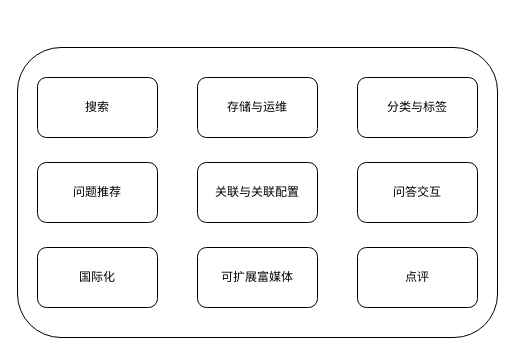
Before: 宇视云之FAQ系统模块划分.drawio in HuaHero/OnLineFaq, a draw.io diagram. Source tidied: cells renumbered, new cells numbered last; positions are measured from the earlier drawing's top-left corner, leaving out a move shared by most shapes. Both pictures are drawn from the tidied source at 100%, with x=0, y=0 at pixel (17, 47).
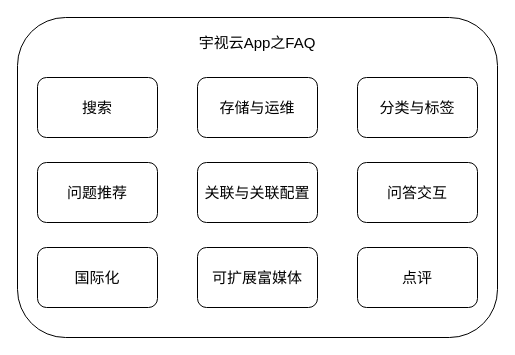
The same diagram, later.

Commit message:
更新宇视云之FAQ系统模块划分.drawio

Change to the diagram source:
```diff
@@
 <mxGraphModel>
   <root>
     <mxCell id="0" />
     <mxCell id="1" parent="0" />
-    <mxCell id="2" style="rounded=1;whiteSpace=wrap;html=1;" parent="1" vertex="1">
-      <mxGeometry width="480" height="290" as="geometry" />
+    <mxCell id="2" style="rounded=1;whiteSpace=wrap;html=1;fontSize=15;" parent="1" vertex="1">
+      <mxGeometry y="-30" width="480" height="320" as="geometry" />
     </mxCell>
-    <mxCell id="3" value="搜索" style="rounded=1;whiteSpace=wrap;html=1;" parent="1" vertex="1">
+    <mxCell id="3" value="搜索" style="rounded=1;whiteSpace=wrap;html=1;fontSize=15;" parent="1" vertex="1">
       <mxGeometry x="20" y="30" width="120" height="60" as="geometry" />
     </mxCell>
-    <mxCell id="4" value="存储与运维" style="rounded=1;whiteSpace=wrap;html=1;" parent="1" vertex="1">
+    <mxCell id="4" value="存储与运维" style="rounded=1;whiteSpace=wrap;html=1;fontSize=15;" parent="1" vertex="1">
       <mxGeometry x="180" y="30" width="120" height="60" as="geometry" />
     </mxCell>
-    <mxCell id="5" value="分类与标签" style="rounded=1;whiteSpace=wrap;html=1;" parent="1" vertex="1">
+    <mxCell id="5" value="分类与标签" style="rounded=1;whiteSpace=wrap;html=1;fontSize=15;" parent="1" vertex="1">
       <mxGeometry x="340" y="30" width="120" height="60" as="geometry" />
     </mxCell>
-    <mxCell id="6" value="问题推荐" style="rounded=1;whiteSpace=wrap;html=1;" parent="1" vertex="1">
+    <mxCell id="6" value="问题推荐" style="rounded=1;whiteSpace=wrap;html=1;fontSize=15;" parent="1" vertex="1">
       <mxGeometry x="20" y="115" width="120" height="60" as="geometry" />
     </mxCell>
-    <mxCell id="7" value="关联与关联配置" style="rounded=1;whiteSpace=wrap;html=1;" parent="1" vertex="1">
+    <mxCell id="7" value="关联与关联配置" style="rounded=1;whiteSpace=wrap;html=1;fontSize=15;" parent="1" vertex="1">
       <mxGeometry x="180" y="115" width="120" height="60" as="geometry" />
     </mxCell>
-    <mxCell id="8" value="问答交互" style="rounded=1;whiteSpace=wrap;html=1;" parent="1" vertex="1">
+    <mxCell id="8" value="问答交互" style="rounded=1;whiteSpace=wrap;html=1;fontSize=15;" parent="1" vertex="1">
       <mxGeometry x="340" y="115" width="120" height="60" as="geometry" />
     </mxCell>
-    <mxCell id="9" value="国际化" style="rounded=1;whiteSpace=wrap;html=1;" parent="1" vertex="1">
+    <mxCell id="9" value="国际化" style="rounded=1;whiteSpace=wrap;html=1;fontSize=15;" parent="1" vertex="1">
       <mxGeometry x="20" y="200" width="120" height="60" as="geometry" />
     </mxCell>
-    <mxCell id="10" value="可扩展富媒体" style="rounded=1;whiteSpace=wrap;html=1;" parent="1" vertex="1">
+    <mxCell id="10" value="可扩展富媒体" style="rounded=1;whiteSpace=wrap;html=1;fontSize=15;" parent="1" vertex="1">
       <mxGeometry x="180" y="200" width="120" height="60" as="geometry" />
     </mxCell>
-    <mxCell id="11" value="点评" style="rounded=1;whiteSpace=wrap;html=1;" parent="1" vertex="1">
+    <mxCell id="11" value="点评" style="rounded=1;whiteSpace=wrap;html=1;fontSize=15;" parent="1" vertex="1">
       <mxGeometry x="340" y="200" width="120" height="60" as="geometry" />
     </mxCell>
+    <mxCell id="12" value="宇视云App之FAQ" style="text;html=1;align=center;verticalAlign=middle;whiteSpace=wrap;rounded=0;fontSize=15;" parent="1" vertex="1">
+      <mxGeometry x="180" y="-20" width="120" height="30" as="geometry" />
+    </mxCell>
   </root>
 </mxGraphModel>
```
